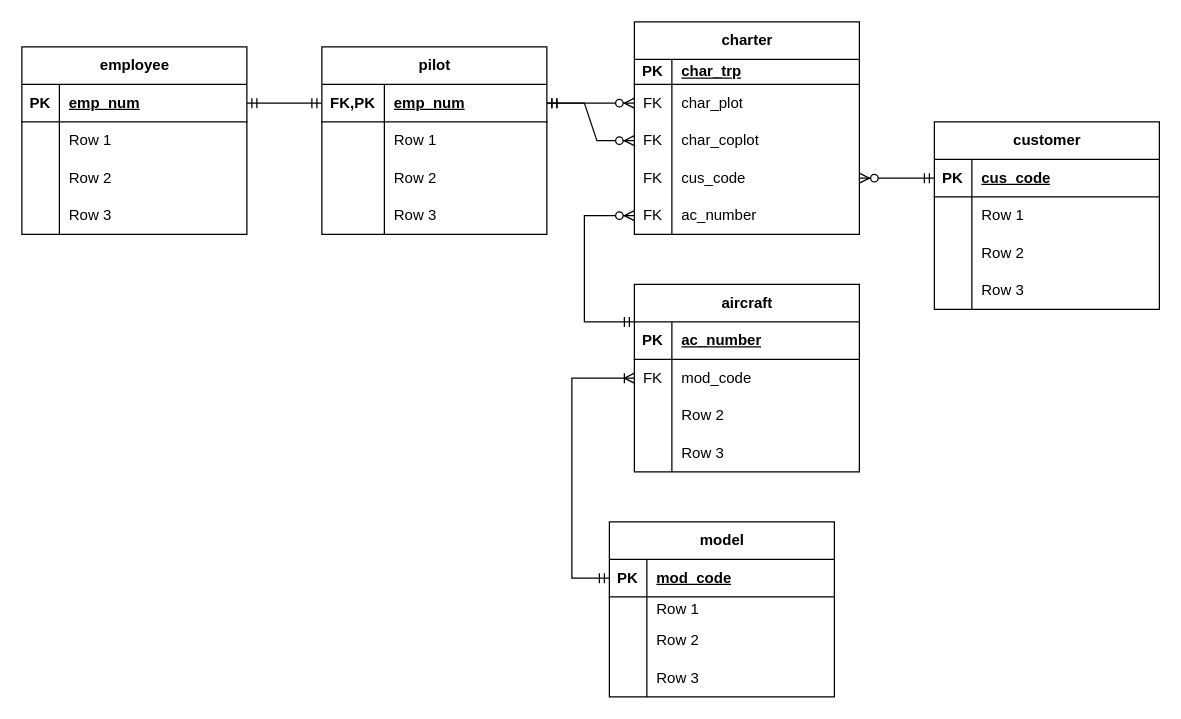
Above: Untitled Diagram.drawio in ManuelToroS/hello-world (draw.io), before the change. Source tidied: cells renumbered, new cells numbered last; positions are measured from the earlier drawing's top-left corner, leaving out a move shared by most shapes. Both pictures are drawn from the tidied source at 125%, with x=0, y=0 at pixel (21, 21).
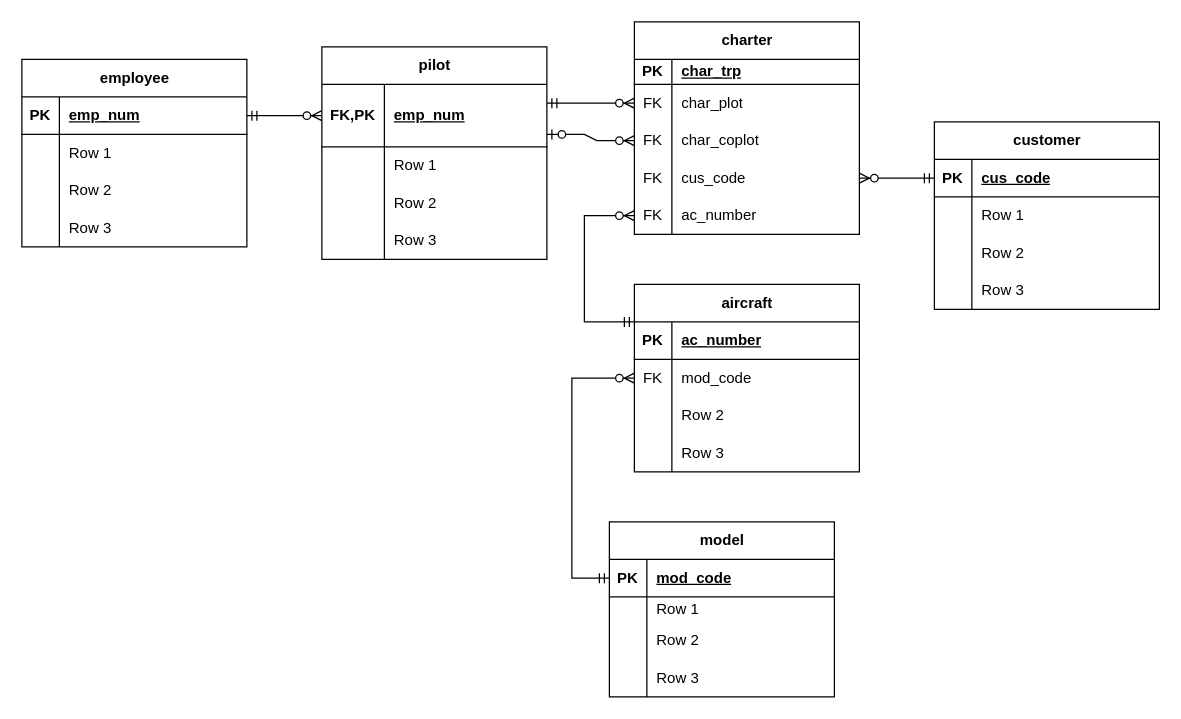
Above is the later version.

Commit message:
week_4_act_1

Unchanged cells that the change refers to:
```xml
<mxCell id="6" style="shape=tableRow;horizontal=0;startSize=0;swimlaneHead=0;swimlaneBody=0;fillColor=none;points=[[0,0.5],[1,0.5]];portConstraint=eastwest;top=0;left=0;right=0;bottom=0;" parent="2" vertex="1">
  <mxGeometry y="50" width="180" height="30" as="geometry" />
</mxCell>
<mxCell id="9" style="shape=tableRow;horizontal=0;startSize=0;swimlaneHead=0;swimlaneBody=0;fillColor=none;points=[[0,0.5],[1,0.5]];portConstraint=eastwest;top=0;left=0;right=0;bottom=0;" parent="2" vertex="1">
  <mxGeometry y="80" width="180" height="30" as="geometry" />
</mxCell>
<mxCell id="22" style="shape=tableRow;horizontal=0;startSize=0;swimlaneHead=0;swimlaneBody=0;fillColor=none;points=[[0,0.5],[1,0.5]];portConstraint=eastwest;top=0;left=0;right=0;bottom=0;" parent="18" vertex="1">
  <mxGeometry y="60" width="180" height="30" as="geometry" />
</mxCell>
<mxCell id="33" style="shape=tableRow;horizontal=0;startSize=0;swimlaneHead=0;swimlaneBody=0;fillColor=none;points=[[0,0.5],[1,0.5]];portConstraint=eastwest;top=0;left=0;right=0;bottom=1;" parent="32" vertex="1">
  <mxGeometry y="30" width="180" height="30" as="geometry" />
</mxCell>
<mxCell id="62" style="shape=tableRow;horizontal=0;startSize=0;swimlaneHead=0;swimlaneBody=0;fillColor=none;points=[[0,0.5],[1,0.5]];portConstraint=eastwest;top=0;left=0;right=0;bottom=1;" parent="61" vertex="1">
  <mxGeometry y="30" width="180" height="30" as="geometry" />
</mxCell>
```

What changed in the source:
```diff
@@
-    <mxCell id="45" style="edgeStyle=elbowEdgeStyle;fontSize=12;html=1;endArrow=ERoneToMany;startArrow=ERmandOne;rounded=0;exitX=0;exitY=0.5;exitDx=0;exitDy=0;entryX=0;entryY=0.5;entryDx=0;entryDy=0;" parent="1" edge="1" source="33" target="22">
-      <mxGeometry relative="1" as="geometry">
-        <Array as="points">
-          <mxPoint x="440" y="370" />
-        </Array>
-      </mxGeometry>
-    </mxCell>
     <mxCell id="46" value="pilot" style="shape=table;startSize=30;childLayout=tableLayout;rowLines=0;fontStyle=1;align=center;html=1;" parent="1" vertex="1">
-      <mxGeometry x="240" y="20" width="180" height="150" as="geometry" />
+      <mxGeometry x="240" y="20" width="180" height="170" as="geometry" />
     </mxCell>
     <mxCell id="47" style="shape=tableRow;horizontal=0;startSize=0;swimlaneHead=0;swimlaneBody=0;fillColor=none;points=[[0,0.5],[1,0.5]];portConstraint=eastwest;top=0;left=0;right=0;bottom=1;" parent="46" vertex="1">
-      <mxGeometry y="30" width="180" height="30" as="geometry" />
+      <mxGeometry y="30" width="180" height="50" as="geometry" />
     </mxCell>
     <mxCell id="48" value="FK,PK" style="shape=partialRectangle;fillColor=none;top=0;left=0;bottom=0;right=0;fontStyle=1;overflow=hidden;whiteSpace=wrap;html=1;" parent="47" vertex="1">
-      <mxGeometry width="50" height="30" as="geometry" />
+      <mxGeometry width="50" height="50" as="geometry" />
     </mxCell>
     <mxCell id="49" value="emp_num" style="shape=partialRectangle;fillColor=none;top=0;left=0;bottom=0;right=0;align=left;spacingLeft=6;fontStyle=5;overflow=hidden;whiteSpace=wrap;html=1;" parent="47" vertex="1">
-      <mxGeometry x="50" width="130" height="30" as="geometry" />
+      <mxGeometry x="50" width="130" height="50" as="geometry" />
     </mxCell>
     <mxCell id="50" style="shape=tableRow;horizontal=0;startSize=0;swimlaneHead=0;swimlaneBody=0;fillColor=none;top=0;left=0;right=0;bottom=0;" parent="46" vertex="1">
-      <mxGeometry y="60" width="180" height="30" as="geometry" />
+      <mxGeometry y="80" width="180" height="30" as="geometry" />
     </mxCell>
@@
     <mxCell id="53" style="shape=tableRow;horizontal=0;startSize=0;swimlaneHead=0;swimlaneBody=0;fillColor=none;top=0;left=0;right=0;bottom=0;" parent="46" vertex="1">
-      <mxGeometry y="90" width="180" height="30" as="geometry" />
+      <mxGeometry y="110" width="180" height="30" as="geometry" />
     </mxCell>
@@
     <mxCell id="56" style="shape=tableRow;horizontal=0;startSize=0;swimlaneHead=0;swimlaneBody=0;fillColor=none;top=0;left=0;right=0;bottom=0;" parent="46" vertex="1">
-      <mxGeometry y="120" width="180" height="30" as="geometry" />
+      <mxGeometry y="140" width="180" height="30" as="geometry" />
     </mxCell>
@@
-    <mxCell id="59" style="edgeStyle=entityRelationEdgeStyle;fontSize=12;html=1;endArrow=ERzeroToMany;startArrow=ERmandOne;rounded=0;exitX=1;exitY=0.5;exitDx=0;exitDy=0;entryX=0;entryY=0.5;entryDx=0;entryDy=0;" parent="1" edge="1" source="47" target="6">
+    <mxCell id="59" style="edgeStyle=entityRelationEdgeStyle;fontSize=12;html=1;endArrow=ERzeroToMany;startArrow=ERmandOne;rounded=0;exitX=1;exitY=0.3;exitDx=0;exitDy=0;entryX=0;entryY=0.5;entryDx=0;entryDy=0;exitPerimeter=0;" parent="1" edge="1" source="47" target="6">
       <mxGeometry relative="1" as="geometry" />
     </mxCell>
-    <mxCell id="60" style="edgeStyle=entityRelationEdgeStyle;fontSize=12;html=1;endArrow=ERzeroToMany;startArrow=ERmandOne;rounded=0;exitX=1;exitY=0.5;exitDx=0;exitDy=0;entryX=0;entryY=0.5;entryDx=0;entryDy=0;" parent="1" edge="1" source="47" target="9">
-      <mxGeometry relative="1" as="geometry">
-        <Array as="points">
-          <mxPoint x="350" y="65" />
-        </Array>
-      </mxGeometry>
-    </mxCell>
     <mxCell id="61" value="employee" style="shape=table;startSize=30;childLayout=tableLayout;rowLines=0;fontStyle=1;align=center;html=1;" parent="1" vertex="1">
-      <mxGeometry y="20" width="180" height="150" as="geometry" />
+      <mxGeometry y="30" width="180" height="150" as="geometry" />
     </mxCell>
@@
-    <mxCell id="74" style="edgeStyle=entityRelationEdgeStyle;fontSize=12;html=1;endArrow=ERmandOne;startArrow=ERmandOne;rounded=0;exitX=1;exitY=0.5;exitDx=0;exitDy=0;entryX=0;entryY=0.5;entryDx=0;entryDy=0;" parent="1" edge="1" source="62" target="47">
-      <mxGeometry relative="1" as="geometry" />
-    </mxCell>
@@
+    <mxCell id="45" style="edgeStyle=elbowEdgeStyle;fontSize=12;html=1;endArrow=ERzeroToMany;startArrow=ERmandOne;rounded=0;entryX=0;entryY=0.5;entryDx=0;entryDy=0;exitX=0;exitY=0.5;exitDx=0;exitDy=0;" parent="1" edge="1" source="33" target="22">
+      <mxGeometry relative="1" as="geometry">
+        <Array as="points">
+          <mxPoint x="440" y="360" />
+        </Array>
+      </mxGeometry>
+    </mxCell>
+    <mxCell id="89" style="edgeStyle=entityRelationEdgeStyle;fontSize=12;html=1;endArrow=ERzeroToMany;startArrow=ERzeroToOne;rounded=0;entryX=0;entryY=0.5;entryDx=0;entryDy=0;" parent="1" edge="1" target="9">
+      <mxGeometry relative="1" as="geometry">
+        <mxPoint x="420" y="90" as="sourcePoint" />
+      </mxGeometry>
+    </mxCell>
+    <mxCell id="74" style="edgeStyle=entityRelationEdgeStyle;fontSize=12;html=1;endArrow=ERzeroToMany;startArrow=ERmandOne;rounded=0;exitX=1;exitY=0.5;exitDx=0;exitDy=0;entryX=0;entryY=0.5;entryDx=0;entryDy=0;" parent="1" edge="1" source="62" target="47">
+      <mxGeometry relative="1" as="geometry" />
+    </mxCell>
```
